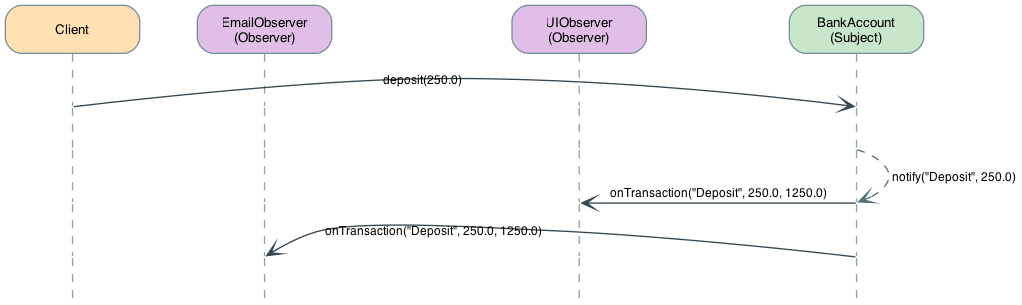
The Graphviz diagram Observer/reports/observer_sequence_uml.png in ndmhuy/DesignPatternsGroup52, before a commit. Its source is kept beside it as Observer/reports/observer_sequence_uml.dot.
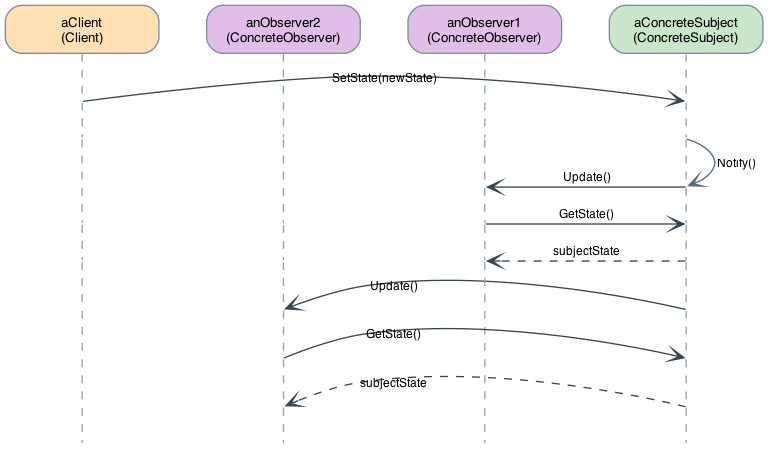
After the commit.

Commit message:
Revert general class diagram changes and redesign Observer UML Sequence diagram to show GoF pull-based sequence flow

The edit, as a diff of the source:
```diff
@@ -2,8 +2,8 @@
     fontname = "Helvetica,Arial,sans-serif"
     fontsize = 10
     rankdir = TB
-    nodesep = 0.6
-    ranksep = 0.4
+    nodesep = 0.5
+    ranksep = 0.35
 
     node [
         fontname = "Helvetica,Arial,sans-serif"
@@ -12,7 +12,7 @@
         style = "filled,rounded"
         fillcolor = "#ECEFF1"
         color = "#78909C"
-        width = 1.4
+        width = 1.6
         height = 0.5
     ]
 
@@ -22,31 +22,43 @@
         color = "#37474F"
     ]
 
-    client [label="Client", fillcolor="#FFE0B2"]
-    account [label="BankAccount\n(Subject)", fillcolor="#C8E6C9"]
-    ui [label="UIObserver\n(Observer)", fillcolor="#E1BEE7"]
-    email [label="EmailObserver\n(Observer)", fillcolor="#E1BEE7"]
+    client [label="aClient\n(Client)", fillcolor="#FFE0B2"]
+    subject [label="aConcreteSubject\n(ConcreteSubject)", fillcolor="#C8E6C9"]
+    observer1 [label="anObserver1\n(ConcreteObserver)", fillcolor="#E1BEE7"]
+    observer2 [label="anObserver2\n(ConcreteObserver)", fillcolor="#E1BEE7"]
 
     node [shape=point, width=0, height=0, label="", style=invis]
 
-    client -> c1 -> c2 -> c3 -> c4 -> c5 [style=dashed, arrowhead=none, color="#90A4AE"]
-    account -> a1 -> a2 -> a3 -> a4 -> a5 [style=dashed, arrowhead=none, color="#90A4AE"]
-    ui -> u1 -> u2 -> u3 -> u4 -> u5 [style=dashed, arrowhead=none, color="#90A4AE"]
-    email -> e1 -> e2 -> e3 -> e4 -> e5 [style=dashed, arrowhead=none, color="#90A4AE"]
+    client -> c1 -> c2 -> c3 -> c4 -> c5 -> c6 -> c7 -> c8 -> c9 [style=dashed, arrowhead=none, color="#90A4AE"]
+    subject -> s1 -> s2 -> s3 -> s4 -> s5 -> s6 -> s7 -> s8 -> s9 [style=dashed, arrowhead=none, color="#90A4AE"]
+    observer1 -> o11 -> o12 -> o13 -> o14 -> o15 -> o16 -> o17 -> o18 -> o19 [style=dashed, arrowhead=none, color="#90A4AE"]
+    observer2 -> o21 -> o22 -> o23 -> o24 -> o25 -> o26 -> o27 -> o28 -> o29 [style=dashed, arrowhead=none, color="#90A4AE"]
 
     edge [style=solid, arrowhead=vee, constraint=false]
 
-    c1 -> a1 [label=" deposit(250.0)"]
+    c1 -> s1 [label=" SetState(newState)"]
 
-    a2 -> a3 [label=" notify(\"Deposit\", 250.0)", style=dashed, arrowhead=vee, color="#546E7A"]
+    s2 -> s3 [label=" Notify()", color="#546E7A"]
 
-    a3 -> u3 [label=" onTransaction(\"Deposit\", 250.0, 1250.0)"]
-    a4 -> e4 [label=" onTransaction(\"Deposit\", 250.0, 1250.0)"]
+    s3 -> o13 [label=" Update()"]
 
-    { rank=same; client; account; ui; email }
-    { rank=same; c1; a1 }
-    { rank=same; c2; a2 }
-    { rank=same; c3; a3; u3 }
-    { rank=same; c4; a4; e4 }
-    { rank=same; c5; a5; u5; e5 }
+    o14 -> s4 [label=" GetState()"]
+
+    s5 -> o15 [label=" subjectState", style=dashed, arrowhead=vee]
+
+    s6 -> o26 [label=" Update()"]
+
+    o27 -> s7 [label=" GetState()"]
+
+    s8 -> o28 [label=" subjectState", style=dashed, arrowhead=vee]
+
+    { rank=same; client; subject; observer1; observer2 }
+    { rank=same; c1; s1 }
+    { rank=same; c2; s2 }
+    { rank=same; c3; s3; o13 }
+    { rank=same; c4; s4; o14 }
+    { rank=same; c5; s5; o15 }
+    { rank=same; c6; s6; o26 }
+    { rank=same; c7; s7; o27 }
+    { rank=same; c8; s8; o28 }
 }
```
